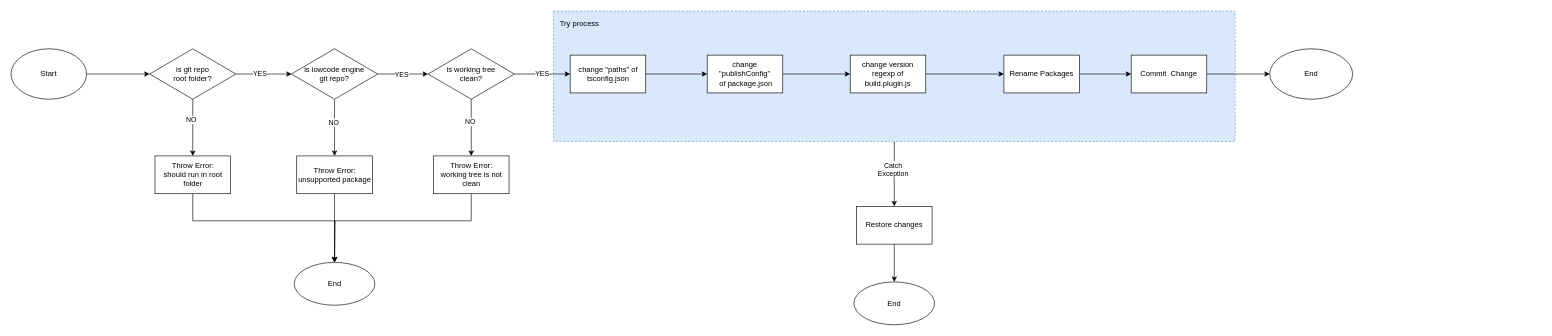
Earlier version of the draw.io diagram low-code-engine-forker.drawio (Zsynuting/diagram). Source tidied: cells renumbered, new cells numbered last; positions are measured from the earlier drawing's top-left corner, leaving out a move shared by most shapes. Both pictures are drawn from the tidied source at 63%, with x=0, y=0 at pixel (11, 11).
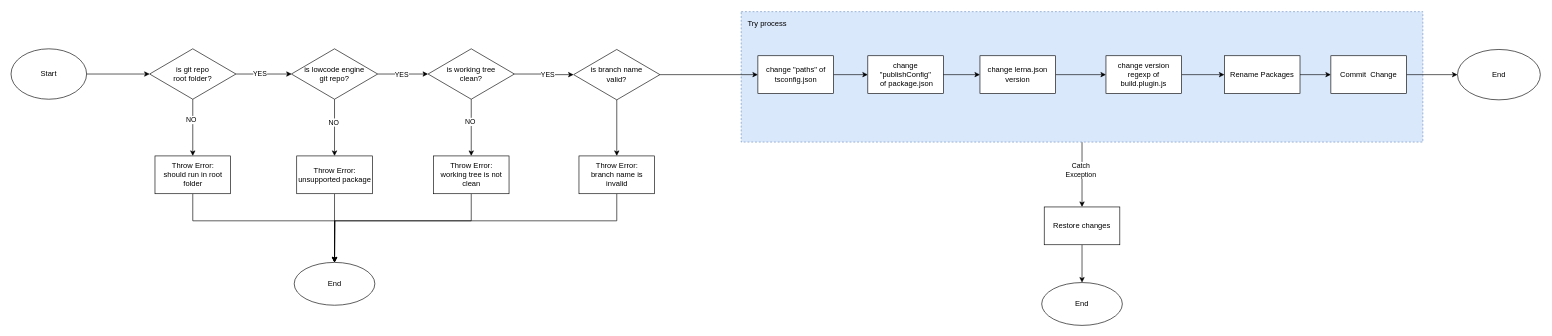
The same page after the edit.

Unchanged cells that the change refers to:
```xml
<mxCell id="22" value="is working tree &lt;br&gt;clean?" style="rhombus;whiteSpace=wrap;html=1;" parent="1" vertex="1">
  <mxGeometry x="662" y="60" width="137" height="80" as="geometry" />
</mxCell>
<mxCell id="29" value="End" style="ellipse;whiteSpace=wrap;html=1;" parent="1" vertex="1">
  <mxGeometry x="449.5" y="399" width="128" height="68" as="geometry" />
</mxCell>
```

The edit, as a diff of the source:
```diff
@@
     <mxCell id="4" style="rounded=0;whiteSpace=wrap;html=1;dashed=1;fillColor=#dae8fc;strokeColor=#6c8ebf;" parent="1" vertex="1">
-      <mxGeometry x="861" width="1082" height="207" as="geometry" />
+      <mxGeometry x="1159" y="1" width="1082" height="207" as="geometry" />
     </mxCell>
@@
-    <mxCell id="19" value="YES" style="edgeStyle=orthogonalEdgeStyle;rounded=0;jettySize=auto;html=1;" parent="1" edge="1" source="22" target="24">
-      <mxGeometry relative="1" as="geometry" />
-    </mxCell>
@@
     <mxCell id="24" value="change &quot;paths&quot; of tsconfig.json" style="whiteSpace=wrap;html=1;" parent="1" vertex="1">
-      <mxGeometry x="887.5" y="70" width="120" height="60" as="geometry" />
+      <mxGeometry x="1185.5" y="71" width="120" height="60" as="geometry" />
     </mxCell>
@@
-    <mxCell id="30" style="edgeStyle=orthogonalEdgeStyle;rounded=0;jettySize=auto;html=1;" parent="1" edge="1" source="31" target="42">
+    <mxCell id="30" style="edgeStyle=orthogonalEdgeStyle;rounded=0;jettySize=auto;html=1;" parent="1" edge="1" source="50" target="42">
       <mxGeometry relative="1" as="geometry" />
     </mxCell>
     <mxCell id="31" value="change &quot;publishConfig&quot;&lt;br&gt;&amp;nbsp;of package.json" style="whiteSpace=wrap;html=1;" parent="1" vertex="1">
-      <mxGeometry x="1105" y="70" width="120" height="60" as="geometry" />
+      <mxGeometry x="1360" y="71" width="120" height="60" as="geometry" />
     </mxCell>
@@
     <mxCell id="33" value="Rename Packages" style="whiteSpace=wrap;html=1;" parent="1" vertex="1">
-      <mxGeometry x="1576" y="70" width="120" height="60" as="geometry" />
+      <mxGeometry x="1926" y="71" width="120" height="60" as="geometry" />
     </mxCell>
@@
     <mxCell id="35" value="Commit&amp;nbsp; Change" style="whiteSpace=wrap;html=1;" parent="1" vertex="1">
-      <mxGeometry x="1778" y="70" width="120" height="60" as="geometry" />
+      <mxGeometry x="2095" y="71" width="120" height="60" as="geometry" />
     </mxCell>
     <mxCell id="36" value="End" style="ellipse;whiteSpace=wrap;html=1;" parent="1" vertex="1">
-      <mxGeometry x="1998" y="60" width="131.5" height="80" as="geometry" />
+      <mxGeometry x="2296" y="61" width="131.5" height="80" as="geometry" />
     </mxCell>
     <mxCell id="37" value="Try process" style="text;html=1;align=center;verticalAlign=middle;strokeColor=none;fillColor=none;" parent="1" vertex="1">
-      <mxGeometry x="862" y="7" width="80" height="26" as="geometry" />
+      <mxGeometry x="1160" y="8" width="80" height="26" as="geometry" />
     </mxCell>
@@
     <mxCell id="39" value="Restore changes" style="whiteSpace=wrap;html=1;rounded=0;" parent="1" vertex="1">
-      <mxGeometry x="1342" y="310" width="120" height="60" as="geometry" />
+      <mxGeometry x="1640" y="311" width="120" height="60" as="geometry" />
     </mxCell>
     <mxCell id="40" value="End" style="ellipse;whiteSpace=wrap;html=1;" parent="1" vertex="1">
-      <mxGeometry x="1338" y="430" width="128" height="68" as="geometry" />
+      <mxGeometry x="1636" y="431" width="128" height="68" as="geometry" />
     </mxCell>
@@
     <mxCell id="42" value="change version regexp of build.plugin.js" style="whiteSpace=wrap;html=1;" parent="1" vertex="1">
-      <mxGeometry x="1332" y="70" width="120" height="60" as="geometry" />
+      <mxGeometry x="1738" y="71" width="120" height="60" as="geometry" />
     </mxCell>
+    <mxCell id="43" style="edgeStyle=orthogonalEdgeStyle;rounded=0;jettySize=auto;html=1;" parent="1" edge="1" source="22" target="46">
+      <mxGeometry relative="1" as="geometry" />
+    </mxCell>
+    <mxCell id="19" value="YES" style="edgeLabel;html=1;align=center;verticalAlign=middle;" parent="43" vertex="1">
+      <mxGeometry x="0.11" relative="1" as="geometry" />
+    </mxCell>
+    <mxCell id="44" style="edgeStyle=orthogonalEdgeStyle;rounded=0;jettySize=auto;html=1;" parent="1" edge="1" source="46" target="48">
+      <mxGeometry relative="1" as="geometry" />
+    </mxCell>
+    <mxCell id="45" style="edgeStyle=orthogonalEdgeStyle;rounded=0;jettySize=auto;html=1;" parent="1" edge="1" source="46" target="24">
+      <mxGeometry relative="1" as="geometry" />
+    </mxCell>
+    <mxCell id="46" value="is branch name&lt;br&gt;valid?" style="rhombus;whiteSpace=wrap;html=1;" parent="1" vertex="1">
+      <mxGeometry x="893" y="61" width="137" height="80" as="geometry" />
+    </mxCell>
+    <mxCell id="47" style="edgeStyle=orthogonalEdgeStyle;rounded=0;jettySize=auto;html=1;entryX=0.5;entryY=0;entryDx=0;entryDy=0;" parent="1" edge="1" source="48" target="29">
+      <mxGeometry relative="1" as="geometry">
+        <Array as="points">
+          <mxPoint x="962" y="333" />
+          <mxPoint x="514" y="333" />
+        </Array>
+      </mxGeometry>
+    </mxCell>
+    <mxCell id="48" value="Throw Error:&lt;br&gt;branch name is invalid" style="whiteSpace=wrap;html=1;" parent="1" vertex="1">
+      <mxGeometry x="901.5" y="230" width="120" height="60" as="geometry" />
+    </mxCell>
+    <mxCell id="49" style="edgeStyle=orthogonalEdgeStyle;rounded=0;jettySize=auto;html=1;" parent="1" edge="1" source="31" target="50">
+      <mxGeometry relative="1" as="geometry" />
+    </mxCell>
+    <mxCell id="50" value="change lerna.json version" style="whiteSpace=wrap;html=1;" parent="1" vertex="1">
+      <mxGeometry x="1538" y="71" width="120" height="60" as="geometry" />
+    </mxCell>
```
